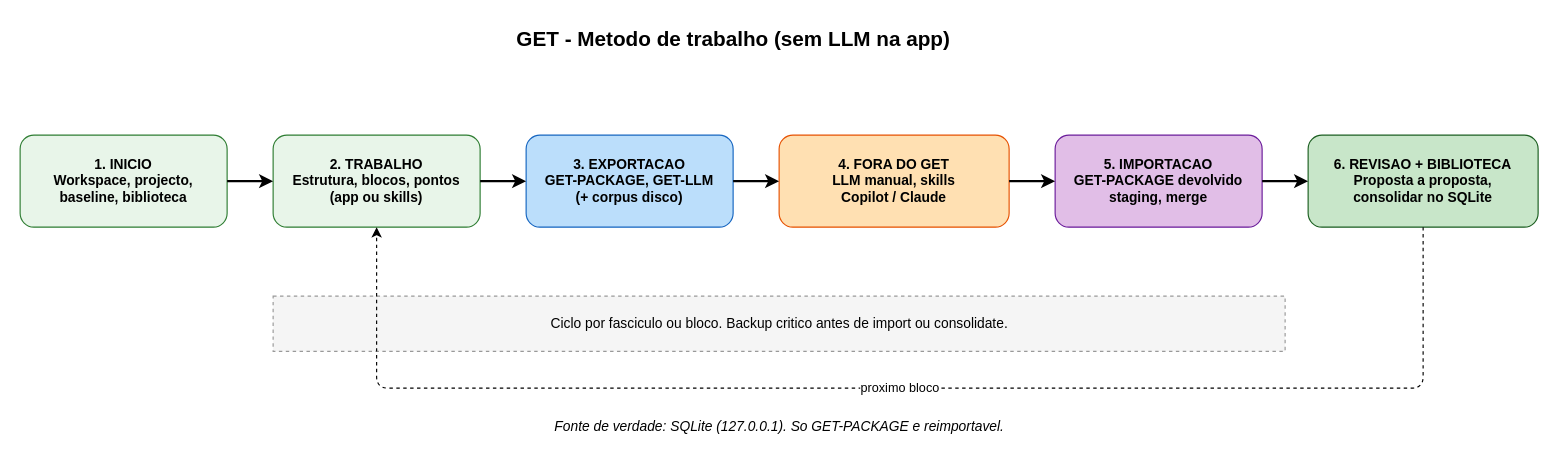
This is page "00 Visao geral" (1 of 6) of docs/diagrams/GET_METHOD_ALL_SHEETS.drawio from mastercorisco/GET, a draw.io file, before an edit. Source tidied: cells renumbered, new cells numbered last; positions are measured from the earlier drawing's top-left corner, leaving out a move shared by most shapes. Both pictures are drawn from the tidied source at 115%, with x=0, y=0 at pixel (20, 20).
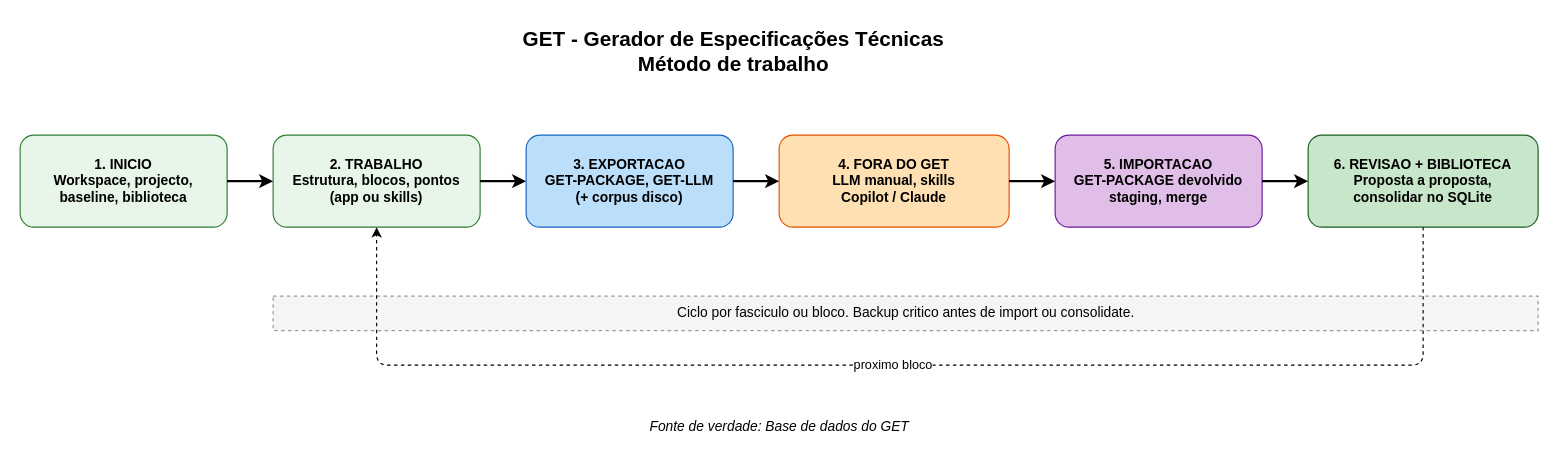
The same diagram, later.

Commit message (it also covers changes not shown here):
Ajustar rótulos e layout nos diagramas do método GET.

Textos mais claros (base de dados, biblioteca, baseline) e pequenas correcções de disposição nas folhas draw.io.

Diff of the diagram source:
```diff
@@
 <mxGraphModel>
   <root>
     <mxCell id="0" />
     <mxCell id="1" parent="0" />
-    <mxCell id="2" value="GET - Metodo de trabalho (sem LLM na app)" style="text;html=1;strokeColor=none;fillColor=none;align=center;fontSize=18;fontStyle=1;" parent="1" vertex="1">
-      <mxGeometry x="240" width="760" height="36" as="geometry" />
+    <mxCell id="2" value="GET - Gerador de Especificações Técnicas&lt;br&gt;Método de trabalho" style="text;html=1;strokeColor=none;fillColor=none;align=center;fontSize=18;fontStyle=1;" parent="1" vertex="1">
+      <mxGeometry x="240" width="760" height="60" as="geometry" />
     </mxCell>
     <mxCell id="3" value="1. INICIO&#10;Workspace, projecto,&#10;baseline, biblioteca" style="rounded=1;whiteSpace=wrap;html=1;fillColor=#e8f5e9;strokeColor=#2e7d32;fontStyle=1;" parent="1" vertex="1">
       <mxGeometry y="100" width="180" height="80" as="geometry" />
     </mxCell>
     <mxCell id="4" value="2. TRABALHO&#10;Estrutura, blocos, pontos&#10;(app ou skills)" style="rounded=1;whiteSpace=wrap;html=1;fillColor=#e8f5e9;strokeColor=#2e7d32;fontStyle=1;" parent="1" vertex="1">
       <mxGeometry x="220" y="100" width="180" height="80" as="geometry" />
     </mxCell>
     <mxCell id="5" value="3. EXPORTACAO&#10;GET-PACKAGE, GET-LLM&#10;(+ corpus disco)" style="rounded=1;whiteSpace=wrap;html=1;fillColor=#bbdefb;strokeColor=#1565c0;fontStyle=1;" parent="1" vertex="1">
       <mxGeometry x="440" y="100" width="180" height="80" as="geometry" />
     </mxCell>
     <mxCell id="6" value="4. FORA DO GET&#10;LLM manual, skills&#10;Copilot / Claude" style="rounded=1;whiteSpace=wrap;html=1;fillColor=#ffe0b2;strokeColor=#e65100;fontStyle=1;" parent="1" vertex="1">
       <mxGeometry x="660" y="100" width="200" height="80" as="geometry" />
     </mxCell>
     <mxCell id="7" value="5. IMPORTACAO&#10;GET-PACKAGE devolvido&#10;staging, merge" style="rounded=1;whiteSpace=wrap;html=1;fillColor=#e1bee7;strokeColor=#6a1b9a;fontStyle=1;" parent="1" vertex="1">
       <mxGeometry x="900" y="100" width="180" height="80" as="geometry" />
     </mxCell>
     <mxCell id="8" value="6. REVISAO + BIBLIOTECA&#10;Proposta a proposta,&#10;consolidar no SQLite" style="rounded=1;whiteSpace=wrap;html=1;fillColor=#c8e6c9;strokeColor=#1b5e20;fontStyle=1;" parent="1" vertex="1">
       <mxGeometry x="1120" y="100" width="200" height="80" as="geometry" />
     </mxCell>
     <mxCell id="9" style="endArrow=classic;html=1;strokeWidth=2;" parent="1" edge="1" source="3" target="4">
       <mxGeometry relative="1" as="geometry" />
     </mxCell>
     <mxCell id="10" style="endArrow=classic;html=1;strokeWidth=2;" parent="1" edge="1" source="4" target="5">
       <mxGeometry relative="1" as="geometry" />
     </mxCell>
     <mxCell id="11" style="endArrow=classic;html=1;strokeWidth=2;" parent="1" edge="1" source="5" target="6">
       <mxGeometry relative="1" as="geometry" />
     </mxCell>
     <mxCell id="12" style="endArrow=classic;html=1;strokeWidth=2;" parent="1" edge="1" source="6" target="7">
       <mxGeometry relative="1" as="geometry" />
     </mxCell>
     <mxCell id="13" style="endArrow=classic;html=1;strokeWidth=2;" parent="1" edge="1" source="7" target="8">
       <mxGeometry relative="1" as="geometry" />
     </mxCell>
     <mxCell id="14" value="Ciclo por fasciculo ou bloco. Backup critico antes de import ou consolidate." style="rounded=0;html=1;fillColor=#f5f5f5;strokeColor=#999999;dashed=1;fontSize=12;" parent="1" vertex="1">
-      <mxGeometry x="220" y="240" width="880" height="48" as="geometry" />
+      <mxGeometry x="220" y="240" width="1100" height="30" as="geometry" />
     </mxCell>
     <mxCell id="15" value="proximo bloco" style="endArrow=classic;html=1;dashed=1;fontSize=11;" parent="1" edge="1" source="8" target="4">
-      <mxGeometry relative="1" as="geometry">
+      <mxGeometry x="0.01" relative="1" as="geometry">
         <Array as="points">
-          <mxPoint x="1220" y="320" />
-          <mxPoint x="310" y="320" />
+          <mxPoint x="1220" y="300" />
+          <mxPoint x="310" y="300" />
         </Array>
       </mxGeometry>
     </mxCell>
-    <mxCell id="16" value="Fonte de verdade: SQLite (127.0.0.1). So GET-PACKAGE e reimportavel." style="text;html=1;align=center;fontSize=12;fontStyle=2;" parent="1" vertex="1">
+    <mxCell id="16" value="Fonte de verdade: Base de dados do GET" style="text;html=1;align=center;fontSize=12;fontStyle=2;" parent="1" vertex="1">
       <mxGeometry x="340" y="340" width="640" height="24" as="geometry" />
     </mxCell>
   </root>
 </mxGraphModel>
```
